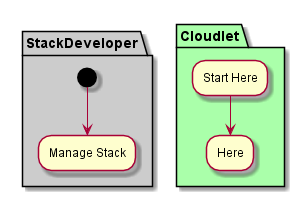
This is docs/Actors/Stack-Developer/Activity.png from CAADE/CloudLet, a PlantUML export, as it was before one commit. Source of this version:
```plantuml
@startuml


partition "StackDeveloper"  #cccccc {
  (*) --> "Manage Stack"
}

partition "Cloudlet" #aaffaa {
  "Start Here" --> "Here"
}

@enduml
```
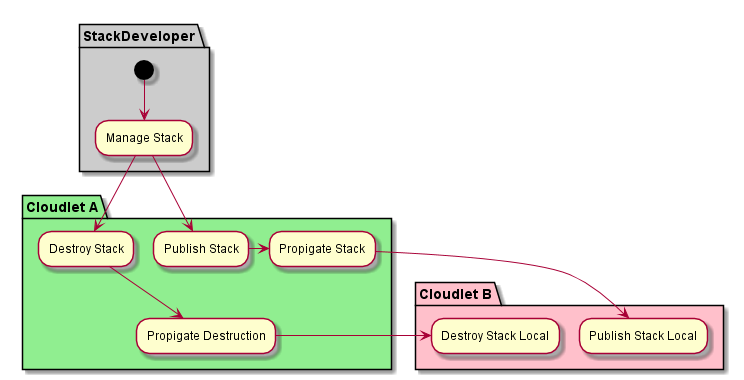
Later version of the same file.

What changed in the source:
```diff
@@ -5,8 +5,16 @@
   (*) --> "Manage Stack"
 }
 
-partition "Cloudlet" #aaffaa {
-  "Start Here" --> "Here"
+partition "Cloudlet A" #lightgreen {
+  "Manage Stack" --> "Publish Stack"
+  "Manage Stack" --> "Destroy Stack"
+  "Publish Stack" -> "Propigate Stack"
+  "Destroy Stack" --> "Propigate Destruction"
+}
+
+partition "Cloudlet B" #pink {
+  "Propigate Stack" -> "Publish Stack Local"
+  "Propigate Destruction" -> "Destroy Stack Local"
 }
 
 @enduml
```
